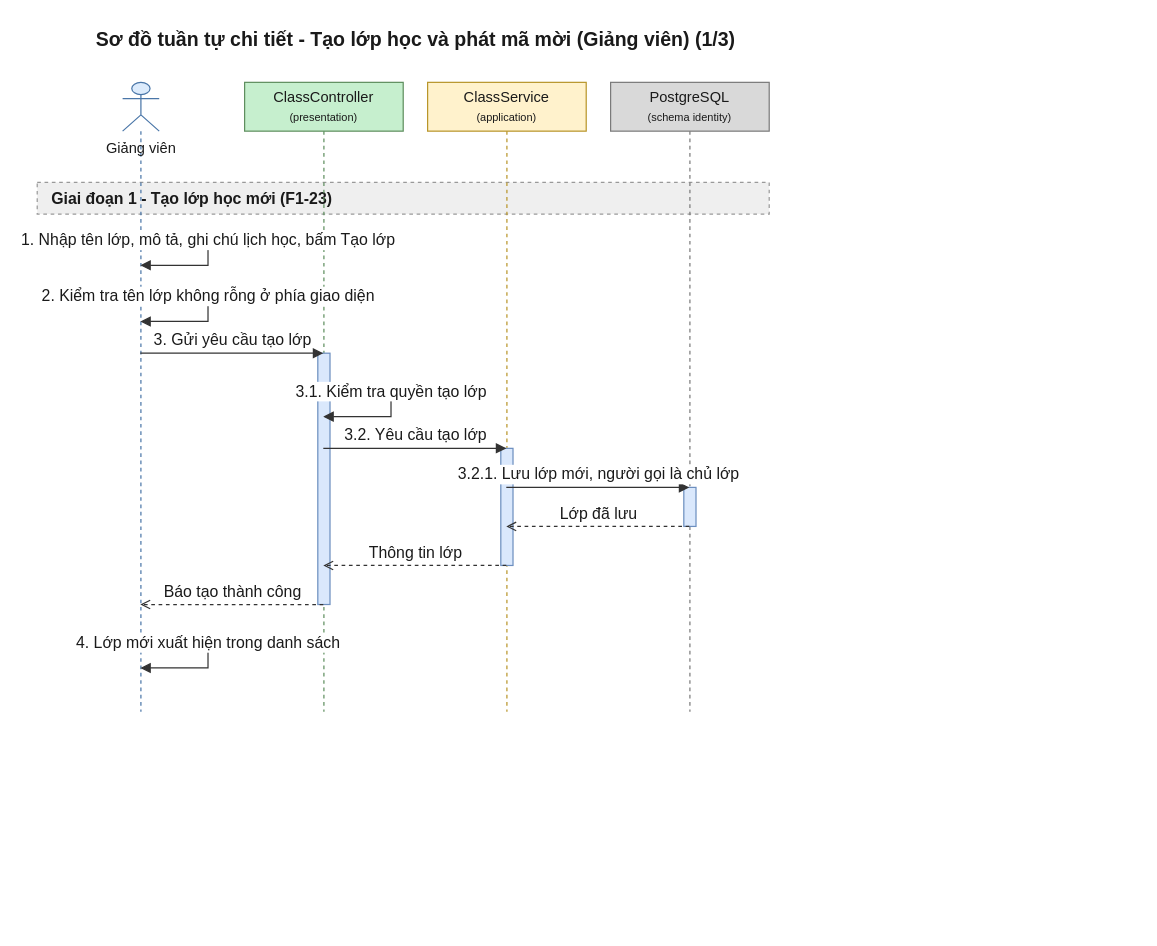
The draw.io diagram 08-diagram/sequence/gv/sequence_gv_tao_lop_va_ma_moi_p1.drawio in daiphu1801/PRJ_ALGOPREP, before the edit. Source tidied: cells renumbered, new cells numbered last; positions are measured from the earlier drawing's top-left corner, leaving out a move shared by most shapes. Both pictures are drawn from the tidied source at 122%, with x=0, y=0 at pixel (37, 21).
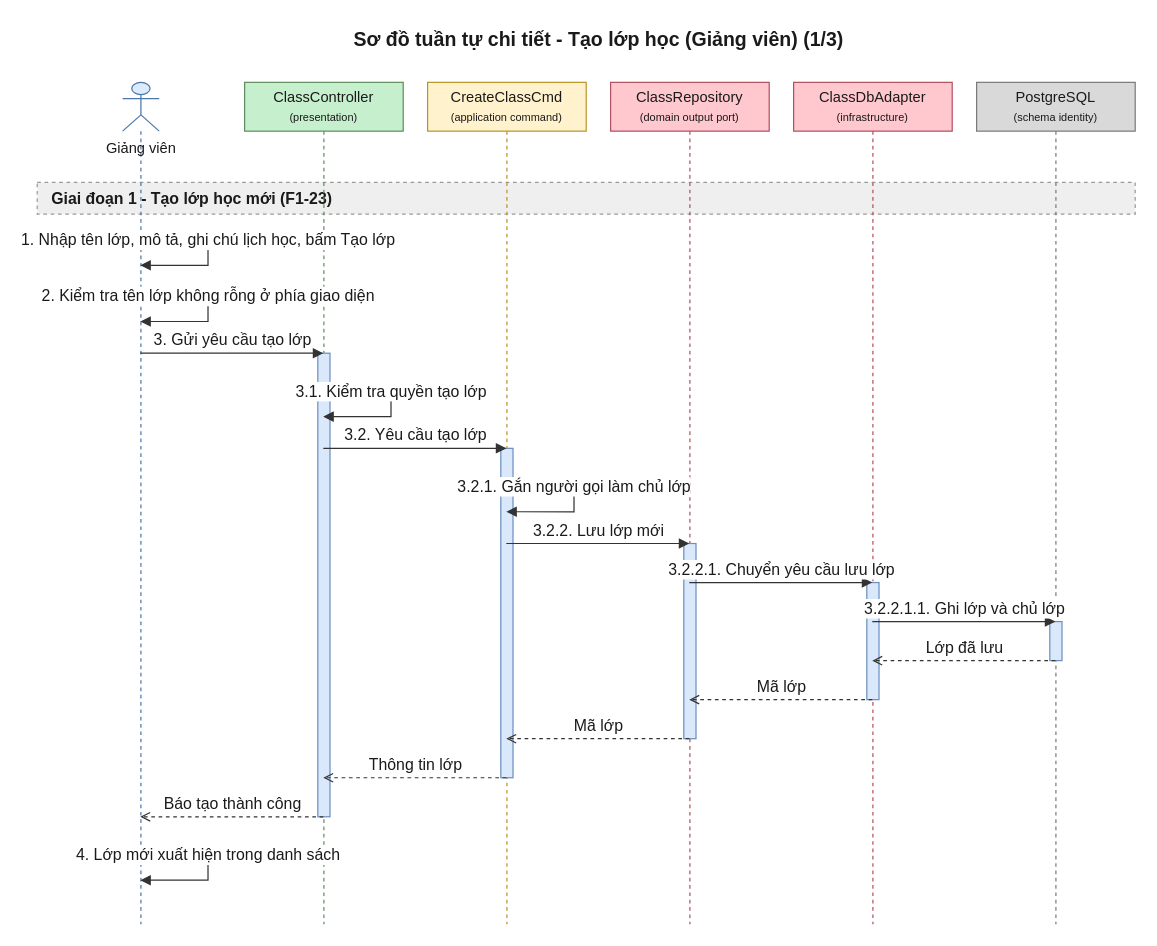
Above is the later version.

Diff of the diagram source:
```diff
@@
-    <mxCell id="2" value="Sơ đồ tuần tự chi tiết - Tạo lớp học và phát mã mời (Giảng viên) (1/3)" style="text;html=1;fontSize=16;fontStyle=1;align=center;verticalAlign=middle;fontColor=#1A1A1A;" parent="1" vertex="1">
-      <mxGeometry x="20" width="580" height="30" as="geometry" />
+    <mxCell id="2" value="Sơ đồ tuần tự chi tiết - Tạo lớp học (Giảng viên) (1/3)" style="text;html=1;fontSize=16;fontStyle=1;align=center;verticalAlign=middle;fontColor=#1A1A1A;" parent="1" vertex="1">
+      <mxGeometry x="20" width="880" height="30" as="geometry" />
     </mxCell>
     <mxCell id="3" value="Giai đoạn 1 - Tạo lớp học mới (F1-23)" style="algoprep=phase;rounded=0;whiteSpace=wrap;html=1;fillColor=#EFEFEF;strokeColor=#999999;dashed=1;align=left;verticalAlign=middle;spacingLeft=10;fontColor=#1A1A1A;fontSize=13;fontStyle=1;" parent="1" vertex="1">
-      <mxGeometry y="132" width="600" height="26" as="geometry" />
+      <mxGeometry y="132" width="900" height="26" as="geometry" />
     </mxCell>
     <mxCell id="4" value="Giảng viên" style="shape=umlLifeline;participant=umlActor;perimeter=lifelinePerimeter;html=1;outlineConnect=0;size=40;verticalAlign=top;spacingTop=40;fillColor=#DCEBFC;strokeColor=#4A76A8;fontColor=#1A1A1A;" parent="1" vertex="1">
-      <mxGeometry x="70" y="50" width="30" height="516" as="geometry" />
+      <mxGeometry x="70" y="50" width="30" height="690" as="geometry" />
     </mxCell>
     <mxCell id="5" value="ClassController&lt;br&gt;&lt;font style=&quot;font-size:9px&quot;&gt;(presentation)&lt;/font&gt;" style="shape=umlLifeline;perimeter=lifelinePerimeter;whiteSpace=wrap;html=1;outlineConnect=0;size=40;fillColor=#C6EFCE;strokeColor=#5E8E5E;fontColor=#1A1A1A;" parent="1" vertex="1">
-      <mxGeometry x="170" y="50" width="130" height="516" as="geometry" />
+      <mxGeometry x="170" y="50" width="130" height="690" as="geometry" />
     </mxCell>
-    <mxCell id="6" value="ClassService&lt;br&gt;&lt;font style=&quot;font-size:9px&quot;&gt;(application)&lt;/font&gt;" style="shape=umlLifeline;perimeter=lifelinePerimeter;whiteSpace=wrap;html=1;outlineConnect=0;size=40;fillColor=#FFF2CC;strokeColor=#B8952A;fontColor=#1A1A1A;" parent="1" vertex="1">
-      <mxGeometry x="320" y="50" width="130" height="516" as="geometry" />
+    <mxCell id="6" value="CreateClassCmd&lt;br&gt;&lt;font style=&quot;font-size:9px&quot;&gt;(application command)&lt;/font&gt;" style="shape=umlLifeline;perimeter=lifelinePerimeter;whiteSpace=wrap;html=1;outlineConnect=0;size=40;fillColor=#FFF2CC;strokeColor=#B8952A;fontColor=#1A1A1A;" parent="1" vertex="1">
+      <mxGeometry x="320" y="50" width="130" height="690" as="geometry" />
     </mxCell>
-    <mxCell id="7" value="PostgreSQL&lt;br&gt;&lt;font style=&quot;font-size:9px&quot;&gt;(schema identity)&lt;/font&gt;" style="shape=umlLifeline;perimeter=lifelinePerimeter;whiteSpace=wrap;html=1;outlineConnect=0;size=40;fillColor=#D9D9D9;strokeColor=#7A7A7A;fontColor=#1A1A1A;" parent="1" vertex="1">
-      <mxGeometry x="470" y="50" width="130" height="516" as="geometry" />
+    <mxCell id="7" value="ClassRepository&lt;br&gt;&lt;font style=&quot;font-size:9px&quot;&gt;(domain output port)&lt;/font&gt;" style="shape=umlLifeline;perimeter=lifelinePerimeter;whiteSpace=wrap;html=1;outlineConnect=0;size=40;fillColor=#FFC7CE;strokeColor=#B0525E;fontColor=#1A1A1A;" parent="1" vertex="1">
+      <mxGeometry x="470" y="50" width="130" height="690" as="geometry" />
     </mxCell>
-    <mxCell id="8" style="html=1;points=[[0,0,0,0,0],[0,1,0,0,0],[1,0,0,0,0],[1,1,0,0,0]];perimeter=orthogonalPerimeter;outlineConnect=0;targetShapes=umlLifeline;fillColor=#DAE8FC;strokeColor=#6C8EBF;" parent="7" vertex="1">
-      <mxGeometry x="60" y="332" width="10" height="32" as="geometry" />
+    <mxCell id="8" value="ClassDbAdapter&lt;br&gt;&lt;font style=&quot;font-size:9px&quot;&gt;(infrastructure)&lt;/font&gt;" style="shape=umlLifeline;perimeter=lifelinePerimeter;whiteSpace=wrap;html=1;outlineConnect=0;size=40;fillColor=#FFC7CE;strokeColor=#B0525E;fontColor=#1A1A1A;" parent="1" vertex="1">
+      <mxGeometry x="620" y="50" width="130" height="690" as="geometry" />
     </mxCell>
-    <mxCell id="9" style="html=1;points=[[0,0,0,0,0],[0,1,0,0,0],[1,0,0,0,0],[1,1,0,0,0]];perimeter=orthogonalPerimeter;outlineConnect=0;targetShapes=umlLifeline;fillColor=#DAE8FC;strokeColor=#6C8EBF;" parent="6" vertex="1">
-      <mxGeometry x="60" y="300" width="10" height="96" as="geometry" />
+    <mxCell id="9" value="PostgreSQL&lt;br&gt;&lt;font style=&quot;font-size:9px&quot;&gt;(schema identity)&lt;/font&gt;" style="shape=umlLifeline;perimeter=lifelinePerimeter;whiteSpace=wrap;html=1;outlineConnect=0;size=40;fillColor=#D9D9D9;strokeColor=#7A7A7A;fontColor=#1A1A1A;" parent="1" vertex="1">
+      <mxGeometry x="770" y="50" width="130" height="690" as="geometry" />
     </mxCell>
-    <mxCell id="10" style="html=1;perimeter=orthogonalPerimeter;targetShapes=umlLifeline;fillColor=#DAE8FC;strokeColor=#6C8EBF;" parent="5" vertex="1">
-      <mxGeometry x="60" y="222" width="10" height="206" as="geometry" />
+    <mxCell id="10" style="html=1;perimeter=orthogonalPerimeter;targetShapes=umlLifeline;fillColor=#DAE8FC;strokeColor=#6C8EBF;" parent="9" vertex="1">
+      <mxGeometry x="60" y="442" width="10" height="32" as="geometry" />
     </mxCell>
-    <mxCell id="11" value="1. Nhập tên lớp, mô tả, ghi chú lịch học, bấm Tạo lớp" style="edgeStyle=orthogonalEdgeStyle;rounded=0;html=1;endArrow=block;endFill=1;strokeColor=#333333;fontColor=#1A1A1A;fontSize=13;verticalAlign=bottom;exitX=0.5;exitY=0.2519;exitDx=0;exitDy=0;entryX=0.5;entryY=0.2907;entryDx=0;entryDy=0;" parent="1" edge="1" source="4" target="4">
-      <mxGeometry relative="1" as="geometry">
-        <Array as="points">
-          <mxPoint x="140" y="180" />
-          <mxPoint x="140" y="200" />
-        </Array>
-      </mxGeometry>
-    </mxCell>
-    <mxCell id="12" value="2. Kiểm tra tên lớp không rỗng ở phía giao diện" style="edgeStyle=orthogonalEdgeStyle;rounded=0;html=1;endArrow=block;endFill=1;strokeColor=#333333;fontColor=#1A1A1A;fontSize=13;verticalAlign=bottom;exitX=0.5;exitY=0.3411;exitDx=0;exitDy=0;entryX=0.5;entryY=0.3798;entryDx=0;entryDy=0;" parent="1" edge="1" source="4" target="4">
-      <mxGeometry relative="1" as="geometry">
-        <Array as="points">
-          <mxPoint x="140" y="226" />
-          <mxPoint x="140" y="246" />
-        </Array>
-      </mxGeometry>
-    </mxCell>
-    <mxCell id="13" value="3. Gửi yêu cầu tạo lớp" style="edgeStyle=none;html=1;endArrow=block;endFill=1;strokeColor=#333333;fontColor=#1A1A1A;fontSize=13;verticalAlign=bottom;exitX=0.5;exitY=0.4302;exitDx=0;exitDy=0;entryX=0.5;entryY=0.4302;entryDx=0;entryDy=0;" parent="1" edge="1" source="4" target="5">
-      <mxGeometry relative="1" as="geometry" />
-    </mxCell>
-    <mxCell id="14" value="3.1. Kiểm tra quyền tạo lớp" style="edgeStyle=orthogonalEdgeStyle;rounded=0;html=1;endArrow=block;endFill=1;strokeColor=#333333;fontColor=#1A1A1A;fontSize=13;verticalAlign=bottom;exitX=0.5;exitY=0.4922;exitDx=0;exitDy=0;entryX=0.5;entryY=0.5310;entryDx=0;entryDy=0;" parent="1" edge="1" source="5" target="5">
-      <mxGeometry relative="1" as="geometry">
-        <Array as="points">
-          <mxPoint x="290" y="304" />
-          <mxPoint x="290" y="324" />
-        </Array>
-      </mxGeometry>
-    </mxCell>
+    <mxCell id="21" style="html=1;perimeter=orthogonalPerimeter;targetShapes=umlLifeline;fillColor=#DAE8FC;strokeColor=#6C8EBF;" parent="8" vertex="1">
+      <mxGeometry x="60" y="410" width="10" height="96" as="geometry" />
+    </mxCell>
+    <mxCell id="22" style="html=1;perimeter=orthogonalPerimeter;targetShapes=umlLifeline;fillColor=#DAE8FC;strokeColor=#6C8EBF;" parent="7" vertex="1">
+      <mxGeometry x="60" y="378" width="10" height="160" as="geometry" />
+    </mxCell>
+    <mxCell id="23" style="html=1;perimeter=orthogonalPerimeter;targetShapes=umlLifeline;fillColor=#DAE8FC;strokeColor=#6C8EBF;" parent="6" vertex="1">
+      <mxGeometry x="60" y="300" width="10" height="270" as="geometry" />
+    </mxCell>
+    <mxCell id="24" style="html=1;perimeter=orthogonalPerimeter;targetShapes=umlLifeline;fillColor=#DAE8FC;strokeColor=#6C8EBF;" parent="5" vertex="1">
+      <mxGeometry x="60" y="222" width="10" height="380" as="geometry" />
+    </mxCell>
-    <mxCell id="15" value="3.2. Yêu cầu tạo lớp" style="edgeStyle=none;html=1;endArrow=block;endFill=1;strokeColor=#333333;fontColor=#1A1A1A;fontSize=13;verticalAlign=bottom;exitX=0.5;exitY=0.5814;exitDx=0;exitDy=0;entryX=0.5;entryY=0.5814;entryDx=0;entryDy=0;" parent="1" edge="1" source="5" target="6">
-      <mxGeometry relative="1" as="geometry" />
+    <mxCell id="15" value="1. Nhập tên lớp, mô tả, ghi chú lịch học, bấm Tạo lớp" style="edgeStyle=orthogonalEdgeStyle;rounded=0;html=1;endArrow=block;endFill=1;strokeColor=#333333;fontColor=#1A1A1A;fontSize=13;verticalAlign=bottom;exitX=0.5;exitY=0.1884;exitDx=0;exitDy=0;entryX=0.5;entryY=0.2174;entryDx=0;entryDy=0;" parent="1" edge="1" source="4" target="4">
+      <mxGeometry relative="1" as="geometry">
+        <Array as="points">
+          <mxPoint x="140" y="180" />
+          <mxPoint x="140" y="200" />
+        </Array>
+      </mxGeometry>
     </mxCell>
-    <mxCell id="16" value="3.2.1. Lưu lớp mới, người gọi là chủ lớp" style="edgeStyle=none;html=1;endArrow=block;endFill=1;strokeColor=#333333;fontColor=#1A1A1A;fontSize=13;verticalAlign=bottom;exitX=0.5;exitY=0.6434;exitDx=0;exitDy=0;entryX=0.5;entryY=0.6434;entryDx=0;entryDy=0;" parent="1" edge="1" source="6" target="7">
-      <mxGeometry relative="1" as="geometry" />
+    <mxCell id="16" value="2. Kiểm tra tên lớp không rỗng ở phía giao diện" style="edgeStyle=orthogonalEdgeStyle;rounded=0;html=1;endArrow=block;endFill=1;strokeColor=#333333;fontColor=#1A1A1A;fontSize=13;verticalAlign=bottom;exitX=0.5;exitY=0.2551;exitDx=0;exitDy=0;entryX=0.5;entryY=0.2841;entryDx=0;entryDy=0;" parent="1" edge="1" source="4" target="4">
+      <mxGeometry relative="1" as="geometry">
+        <Array as="points">
+          <mxPoint x="140" y="226" />
+          <mxPoint x="140" y="246" />
+        </Array>
+      </mxGeometry>
     </mxCell>
-    <mxCell id="17" value="Lớp đã lưu" style="edgeStyle=none;html=1;endArrow=open;endFill=0;dashed=1;strokeColor=#333333;fontColor=#1A1A1A;fontSize=13;verticalAlign=bottom;exitX=0.5;exitY=0.7054;exitDx=0;exitDy=0;entryX=0.5;entryY=0.7054;entryDx=0;entryDy=0;" parent="1" edge="1" source="7" target="6">
+    <mxCell id="17" value="3. Gửi yêu cầu tạo lớp" style="edgeStyle=none;html=1;endArrow=block;endFill=1;strokeColor=#333333;fontColor=#1A1A1A;fontSize=13;verticalAlign=bottom;exitX=0.5;exitY=0.3217;exitDx=0;exitDy=0;entryX=0.5;entryY=0.3217;entryDx=0;entryDy=0;" parent="1" edge="1" source="4" target="5">
       <mxGeometry relative="1" as="geometry" />
     </mxCell>
-    <mxCell id="18" value="Thông tin lớp" style="edgeStyle=none;html=1;endArrow=open;endFill=0;dashed=1;strokeColor=#333333;fontColor=#1A1A1A;fontSize=13;verticalAlign=bottom;exitX=0.5;exitY=0.7674;exitDx=0;exitDy=0;entryX=0.5;entryY=0.7674;entryDx=0;entryDy=0;" parent="1" edge="1" source="6" target="5">
-      <mxGeometry relative="1" as="geometry" />
+    <mxCell id="18" value="3.1. Kiểm tra quyền tạo lớp" style="edgeStyle=orthogonalEdgeStyle;rounded=0;html=1;endArrow=block;endFill=1;strokeColor=#333333;fontColor=#1A1A1A;fontSize=13;verticalAlign=bottom;exitX=0.5;exitY=0.3681;exitDx=0;exitDy=0;entryX=0.5;entryY=0.3971;entryDx=0;entryDy=0;" parent="1" edge="1" source="5" target="5">
+      <mxGeometry relative="1" as="geometry">
+        <Array as="points">
+          <mxPoint x="290" y="304" />
+          <mxPoint x="290" y="324" />
+        </Array>
+      </mxGeometry>
     </mxCell>
-    <mxCell id="19" value="Báo tạo thành công" style="edgeStyle=none;html=1;endArrow=open;endFill=0;dashed=1;strokeColor=#333333;fontColor=#1A1A1A;fontSize=13;verticalAlign=bottom;exitX=0.5;exitY=0.8295;exitDx=0;exitDy=0;entryX=0.5;entryY=0.8295;entryDx=0;entryDy=0;" parent="1" edge="1" source="5" target="4">
+    <mxCell id="19" value="3.2. Yêu cầu tạo lớp" style="edgeStyle=none;html=1;endArrow=block;endFill=1;strokeColor=#333333;fontColor=#1A1A1A;fontSize=13;verticalAlign=bottom;exitX=0.5;exitY=0.4348;exitDx=0;exitDy=0;entryX=0.5;entryY=0.4348;entryDx=0;entryDy=0;" parent="1" edge="1" source="5" target="6">
       <mxGeometry relative="1" as="geometry" />
     </mxCell>
-    <mxCell id="20" value="4. Lớp mới xuất hiện trong danh sách" style="edgeStyle=orthogonalEdgeStyle;rounded=0;html=1;endArrow=block;endFill=1;strokeColor=#333333;fontColor=#1A1A1A;fontSize=13;verticalAlign=bottom;exitX=0.5;exitY=0.8915;exitDx=0;exitDy=0;entryX=0.5;entryY=0.9302;entryDx=0;entryDy=0;" parent="1" edge="1" source="4" target="4">
+    <mxCell id="20" value="3.2.1. Gắn người gọi làm chủ lớp" style="edgeStyle=orthogonalEdgeStyle;rounded=0;html=1;endArrow=block;endFill=1;strokeColor=#333333;fontColor=#1A1A1A;fontSize=13;verticalAlign=bottom;exitX=0.5;exitY=0.4812;exitDx=0;exitDy=0;entryX=0.5;entryY=0.5101;entryDx=0;entryDy=0;" parent="1" edge="1" source="6" target="6">
       <mxGeometry relative="1" as="geometry">
         <Array as="points">
-          <mxPoint x="140" y="510" />
-          <mxPoint x="140" y="530" />
+          <mxPoint x="440" y="382" />
+          <mxPoint x="440" y="402" />
         </Array>
       </mxGeometry>
     </mxCell>
+    <mxCell id="25" value="3.2.2. Lưu lớp mới" style="edgeStyle=none;html=1;endArrow=block;endFill=1;strokeColor=#333333;fontColor=#1A1A1A;fontSize=13;verticalAlign=bottom;exitX=0.5;exitY=0.5478;exitDx=0;exitDy=0;entryX=0.5;entryY=0.5478;entryDx=0;entryDy=0;" parent="1" edge="1" source="6" target="7">
+      <mxGeometry relative="1" as="geometry" />
+    </mxCell>
+    <mxCell id="26" value="3.2.2.1. Chuyển yêu cầu lưu lớp" style="edgeStyle=none;html=1;endArrow=block;endFill=1;strokeColor=#333333;fontColor=#1A1A1A;fontSize=13;verticalAlign=bottom;exitX=0.5;exitY=0.5942;exitDx=0;exitDy=0;entryX=0.5;entryY=0.5942;entryDx=0;entryDy=0;" parent="1" edge="1" source="7" target="8">
+      <mxGeometry relative="1" as="geometry" />
+    </mxCell>
+    <mxCell id="27" value="3.2.2.1.1. Ghi lớp và chủ lớp" style="edgeStyle=none;html=1;endArrow=block;endFill=1;strokeColor=#333333;fontColor=#1A1A1A;fontSize=13;verticalAlign=bottom;exitX=0.5;exitY=0.6406;exitDx=0;exitDy=0;entryX=0.5;entryY=0.6406;entryDx=0;entryDy=0;" parent="1" edge="1" source="8" target="9">
+      <mxGeometry relative="1" as="geometry" />
+    </mxCell>
+    <mxCell id="28" value="Lớp đã lưu" style="edgeStyle=none;html=1;endArrow=open;endFill=0;dashed=1;strokeColor=#333333;fontColor=#1A1A1A;fontSize=13;verticalAlign=bottom;exitX=0.5;exitY=0.6870;exitDx=0;exitDy=0;entryX=0.5;entryY=0.6870;entryDx=0;entryDy=0;" parent="1" edge="1" source="9" target="8">
+      <mxGeometry relative="1" as="geometry" />
+    </mxCell>
+    <mxCell id="29" value="Mã lớp" style="edgeStyle=none;html=1;endArrow=open;endFill=0;dashed=1;strokeColor=#333333;fontColor=#1A1A1A;fontSize=13;verticalAlign=bottom;exitX=0.5;exitY=0.7333;exitDx=0;exitDy=0;entryX=0.5;entryY=0.7333;entryDx=0;entryDy=0;" parent="1" edge="1" source="8" target="7">
+      <mxGeometry relative="1" as="geometry" />
+    </mxCell>
+    <mxCell id="30" value="Mã lớp" style="edgeStyle=none;html=1;endArrow=open;endFill=0;dashed=1;strokeColor=#333333;fontColor=#1A1A1A;fontSize=13;verticalAlign=bottom;exitX=0.5;exitY=0.7797;exitDx=0;exitDy=0;entryX=0.5;entryY=0.7797;entryDx=0;entryDy=0;" parent="1" edge="1" source="7" target="6">
+      <mxGeometry relative="1" as="geometry" />
+    </mxCell>
+    <mxCell id="31" value="Thông tin lớp" style="edgeStyle=none;html=1;endArrow=open;endFill=0;dashed=1;strokeColor=#333333;fontColor=#1A1A1A;fontSize=13;verticalAlign=bottom;exitX=0.5;exitY=0.8261;exitDx=0;exitDy=0;entryX=0.5;entryY=0.8261;entryDx=0;entryDy=0;" parent="1" edge="1" source="6" target="5">
+      <mxGeometry relative="1" as="geometry" />
+    </mxCell>
+    <mxCell id="32" value="Báo tạo thành công" style="edgeStyle=none;html=1;endArrow=open;endFill=0;dashed=1;strokeColor=#333333;fontColor=#1A1A1A;fontSize=13;verticalAlign=bottom;exitX=0.5;exitY=0.8725;exitDx=0;exitDy=0;entryX=0.5;entryY=0.8725;entryDx=0;entryDy=0;" parent="1" edge="1" source="5" target="4">
+      <mxGeometry relative="1" as="geometry" />
+    </mxCell>
+    <mxCell id="33" value="4. Lớp mới xuất hiện trong danh sách" style="edgeStyle=orthogonalEdgeStyle;rounded=0;html=1;endArrow=block;endFill=1;strokeColor=#333333;fontColor=#1A1A1A;fontSize=13;verticalAlign=bottom;exitX=0.5;exitY=0.9188;exitDx=0;exitDy=0;entryX=0.5;entryY=0.9478;entryDx=0;entryDy=0;" parent="1" edge="1" source="4" target="4">
+      <mxGeometry relative="1" as="geometry">
+        <Array as="points">
+          <mxPoint x="140" y="684" />
+          <mxPoint x="140" y="704" />
+        </Array>
+      </mxGeometry>
+    </mxCell>
```
